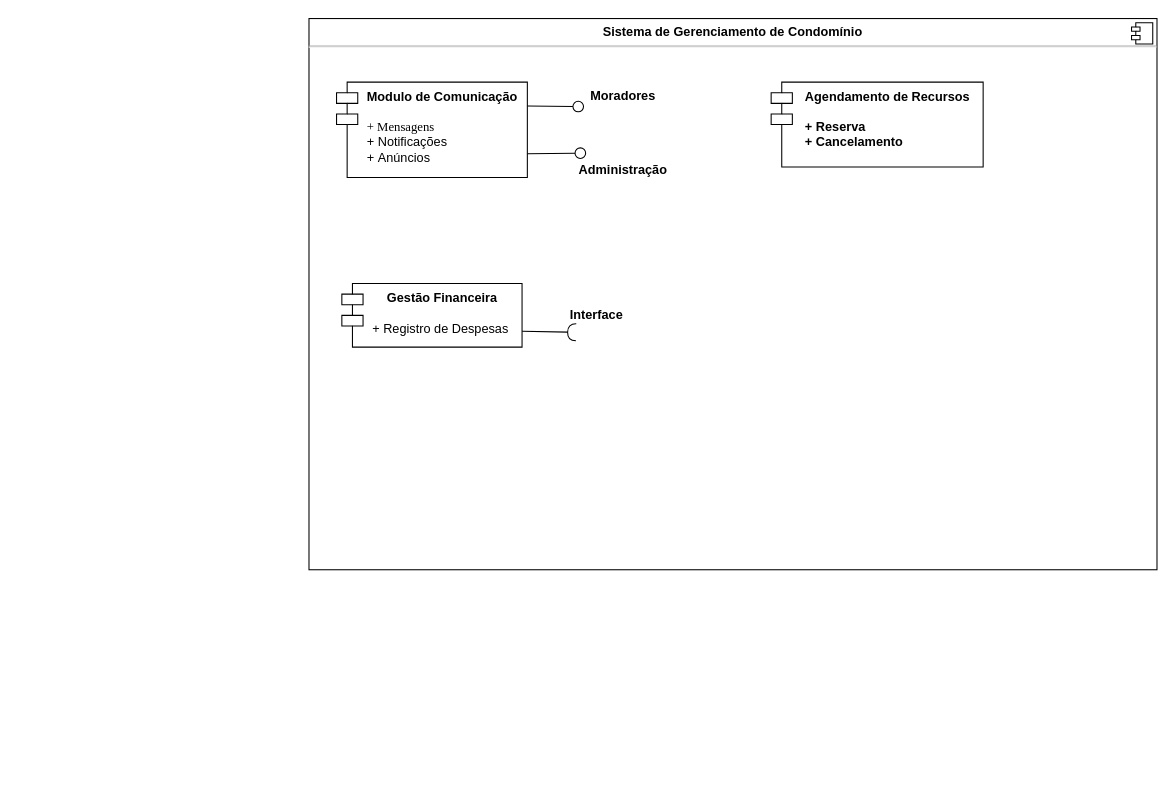
Above: Atividade_UML_Condominio/UML_Condominio.drawio in navitor/Engenharia-Software-II (draw.io), before the change. Source tidied: cells renumbered, new cells numbered last; positions are measured from the earlier drawing's top-left corner, leaving out a move shared by most shapes. Both pictures are drawn from the tidied source at 106%, with x=0, y=0 at pixel (308, 18).
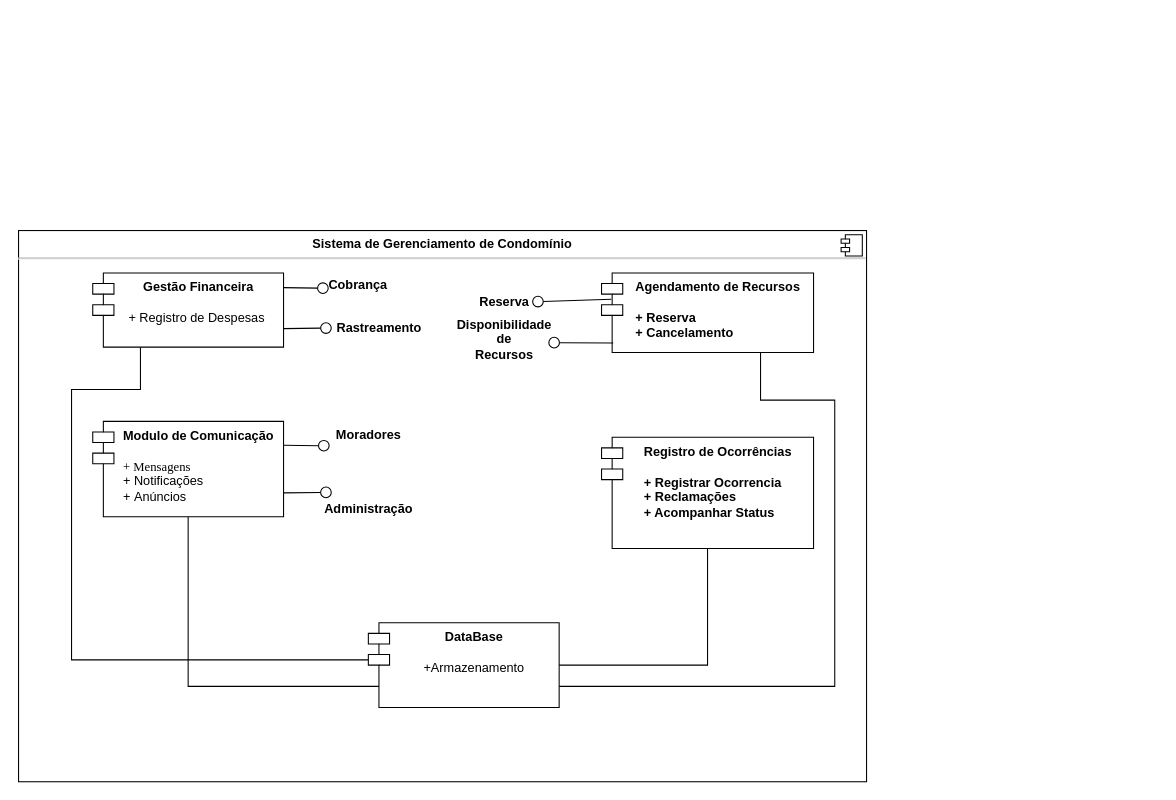
The same diagram, later.

The edit, as a diff of the source:
```diff
@@
     <mxCell id="2" value="&lt;p style=&quot;margin: 6px 0px 0px;&quot;&gt;&lt;b&gt;&lt;span style=&quot;background-color: initial;&quot;&gt;Sistema de Gerenciamento de Condomínio&lt;/span&gt;&lt;br&gt;&lt;/b&gt;&lt;/p&gt;&lt;hr&gt;&lt;p style=&quot;margin:0px;margin-left:8px;&quot;&gt;&lt;br&gt;&lt;/p&gt;" style="align=center;overflow=fill;html=1;whiteSpace=wrap;" parent="1" vertex="1">
-      <mxGeometry width="800" height="520" as="geometry" />
+      <mxGeometry x="-274" y="200" width="800" height="520" as="geometry" />
     </mxCell>
@@
     <mxCell id="4" value="&lt;b&gt;Modulo de Comunicação&lt;/b&gt;&lt;br&gt;&lt;br&gt;&lt;div style=&quot;text-align: left;&quot;&gt;&lt;span style=&quot;font-family: &amp;quot;Times New Roman&amp;quot;; background-color: initial;&quot;&gt;+ Mensagens&lt;/span&gt;&lt;/div&gt;&lt;div style=&quot;text-align: left;&quot;&gt;&lt;span style=&quot;background-color: initial;&quot;&gt;+ Notificações&lt;/span&gt;&lt;/div&gt;&lt;div style=&quot;text-align: left;&quot;&gt;&lt;span style=&quot;background-color: initial;&quot;&gt;+&amp;nbsp;&lt;/span&gt;&lt;span style=&quot;background-color: initial;&quot;&gt;Anúncios&lt;/span&gt;&lt;/div&gt;" style="shape=module;align=left;spacingLeft=20;align=center;verticalAlign=top;whiteSpace=wrap;html=1;" parent="1" vertex="1">
-      <mxGeometry x="26" y="60" width="180" height="90" as="geometry" />
+      <mxGeometry x="-204" y="380" width="180" height="90" as="geometry" />
     </mxCell>
@@
     <mxCell id="8" value="Administração" style="text;align=center;fontStyle=1;verticalAlign=middle;spacingLeft=3;spacingRight=3;strokeColor=none;points=[[0,0.5],[1,0.5]];portConstraint=eastwest;html=1;" parent="1" vertex="1">
-      <mxGeometry x="256" y="130" width="80" height="26" as="geometry" />
+      <mxGeometry x="16" y="450" width="80" height="26" as="geometry" />
     </mxCell>
     <mxCell id="9" value="Moradores" style="text;align=center;fontStyle=1;verticalAlign=middle;spacingLeft=3;spacingRight=3;strokeColor=none;points=[[0,0.5],[1,0.5]];portConstraint=eastwest;html=1;" parent="1" vertex="1">
-      <mxGeometry x="256" y="60" width="80" height="26" as="geometry" />
+      <mxGeometry x="16" y="380" width="80" height="26" as="geometry" />
     </mxCell>
     <mxCell id="10" value="&lt;b&gt;Gestão Financeira&lt;/b&gt;&lt;br&gt;&lt;div style=&quot;text-align: left;&quot;&gt;&lt;br&gt;&lt;/div&gt;&lt;div style=&quot;text-align: left;&quot;&gt;&lt;span style=&quot;background-color: initial;&quot;&gt;+ Registro de Despesas&amp;nbsp;&lt;/span&gt;&lt;/div&gt;" style="shape=module;align=left;spacingLeft=20;align=center;verticalAlign=top;whiteSpace=wrap;html=1;" parent="1" vertex="1">
-      <mxGeometry x="31" y="250" width="170" height="60" as="geometry" />
+      <mxGeometry x="-204" y="240" width="180" height="70" as="geometry" />
     </mxCell>
-    <mxCell id="11" style="rounded=0;jettySize=auto;html=1;endArrow=halfCircle;endFill=0;endSize=6;strokeWidth=1;sketch=0;exitX=1;exitY=0.75;exitDx=0;exitDy=0;entryX=0.183;entryY=1.167;entryDx=0;entryDy=0;entryPerimeter=0;" parent="1" edge="1" source="10" target="13">
-      <mxGeometry relative="1" as="geometry" />
-    </mxCell>
@@
-    <mxCell id="13" value="Interface" style="text;align=center;fontStyle=1;verticalAlign=middle;spacingLeft=3;spacingRight=3;strokeColor=none;points=[[0,0.5],[1,0.5]];portConstraint=eastwest;html=1;" parent="1" vertex="1">
-      <mxGeometry x="241" y="268" width="60" height="24" as="geometry" />
+    <mxCell id="13" value="Cobrança" style="text;align=center;fontStyle=1;verticalAlign=middle;spacingLeft=3;spacingRight=3;strokeColor=none;points=[[0,0.5],[1,0.5]];portConstraint=eastwest;html=1;" parent="1" vertex="1">
+      <mxGeometry x="16" y="240" width="60" height="24" as="geometry" />
     </mxCell>
     <mxCell id="14" value="&lt;b&gt;Agendamento de Recursos&lt;br&gt;&lt;div style=&quot;text-align: left;&quot;&gt;&lt;b style=&quot;background-color: initial;&quot;&gt;&lt;br&gt;&lt;/b&gt;&lt;/div&gt;&lt;div style=&quot;text-align: left;&quot;&gt;&lt;b style=&quot;background-color: initial;&quot;&gt;+ Reserva&lt;/b&gt;&lt;/div&gt;&lt;div style=&quot;text-align: left;&quot;&gt;&lt;b style=&quot;background-color: initial;&quot;&gt;+ Cancelamento&lt;/b&gt;&lt;/div&gt;&lt;/b&gt;" style="shape=module;align=left;spacingLeft=20;align=center;verticalAlign=top;whiteSpace=wrap;html=1;" parent="1" vertex="1">
-      <mxGeometry x="436" y="60" width="200" height="80" as="geometry" />
+      <mxGeometry x="276" y="240" width="200" height="75" as="geometry" />
     </mxCell>
+    <mxCell id="11" style="rounded=0;jettySize=auto;html=1;endArrow=oval;endFill=0;sketch=0;sourcePerimeterSpacing=0;targetPerimeterSpacing=0;endSize=10;exitX=1;exitY=0.198;exitDx=0;exitDy=0;entryX=-0.048;entryY=0.598;entryDx=0;entryDy=0;entryPerimeter=0;exitPerimeter=0;" parent="1" edge="1" source="10" target="13">
+      <mxGeometry relative="1" as="geometry" />
+    </mxCell>
+    <mxCell id="15" value="Rastreamento" style="text;align=center;fontStyle=1;verticalAlign=middle;spacingLeft=3;spacingRight=3;strokeColor=none;points=[[0,0.5],[1,0.5]];portConstraint=eastwest;html=1;" parent="1" vertex="1">
+      <mxGeometry x="16" y="280" width="100" height="24" as="geometry" />
+    </mxCell>
+    <mxCell id="16" style="rounded=0;jettySize=auto;html=1;endArrow=oval;endFill=0;sketch=0;sourcePerimeterSpacing=0;targetPerimeterSpacing=0;endSize=10;exitX=1;exitY=0.75;exitDx=0;exitDy=0;entryX=0;entryY=0.5;entryDx=0;entryDy=0;" parent="1" edge="1" source="10" target="15">
+      <mxGeometry relative="1" as="geometry" />
+    </mxCell>
+    <mxCell id="17" value="Disponibilidade &lt;br&gt;de &lt;br&gt;Recursos" style="text;align=center;fontStyle=1;verticalAlign=middle;spacingLeft=3;spacingRight=3;strokeColor=none;points=[[0,0.5],[1,0.5]];portConstraint=eastwest;html=1;" parent="1" vertex="1">
+      <mxGeometry x="136" y="291" width="95" height="24" as="geometry" />
+    </mxCell>
+    <mxCell id="18" style="rounded=0;jettySize=auto;html=1;endArrow=oval;endFill=0;sketch=0;sourcePerimeterSpacing=0;targetPerimeterSpacing=0;endSize=10;exitX=0.055;exitY=0.88;exitDx=0;exitDy=0;entryX=1.003;entryY=0.614;entryDx=0;entryDy=0;entryPerimeter=0;exitPerimeter=0;" parent="1" edge="1" source="14" target="17">
+      <mxGeometry relative="1" as="geometry" />
+    </mxCell>
+    <mxCell id="19" value="Reserva" style="text;align=center;fontStyle=1;verticalAlign=middle;spacingLeft=3;spacingRight=3;strokeColor=none;points=[[0,0.5],[1,0.5]];portConstraint=eastwest;html=1;" parent="1" vertex="1">
+      <mxGeometry x="151" y="256" width="65" height="24" as="geometry" />
+    </mxCell>
+    <mxCell id="20" style="rounded=0;jettySize=auto;html=1;endArrow=oval;endFill=0;sketch=0;sourcePerimeterSpacing=0;targetPerimeterSpacing=0;endSize=10;exitX=0.046;exitY=0.332;exitDx=0;exitDy=0;exitPerimeter=0;" parent="1" edge="1" source="14" target="19">
+      <mxGeometry relative="1" as="geometry" />
+    </mxCell>
+    <mxCell id="21" value="&lt;b&gt;Registro de Ocorrências&lt;/b&gt;&lt;br&gt;&lt;br&gt;&lt;div style=&quot;font-weight: bold; text-align: left;&quot;&gt;&lt;b style=&quot;background-color: initial;&quot;&gt;+ Registrar Ocorrencia&lt;/b&gt;&lt;/div&gt;&lt;div style=&quot;font-weight: bold; text-align: left;&quot;&gt;&lt;b style=&quot;background-color: initial;&quot;&gt;+ Reclamações&lt;br&gt;+ Acompanhar Status&lt;/b&gt;&lt;/div&gt;&lt;div style=&quot;font-weight: bold; text-align: left;&quot;&gt;&lt;b style=&quot;background-color: initial;&quot;&gt;&lt;br&gt;&lt;/b&gt;&lt;/div&gt;" style="shape=module;align=left;spacingLeft=20;align=center;verticalAlign=top;whiteSpace=wrap;html=1;" parent="1" vertex="1">
+      <mxGeometry x="276" y="395" width="200" height="105" as="geometry" />
+    </mxCell>
+    <mxCell id="22" value="&lt;b&gt;DataBase&lt;/b&gt;&lt;br&gt;&lt;br&gt;+Armazenamento" style="shape=module;align=left;spacingLeft=20;align=center;verticalAlign=top;whiteSpace=wrap;html=1;" parent="1" vertex="1">
+      <mxGeometry x="56" y="570" width="180" height="80" as="geometry" />
+    </mxCell>
+    <mxCell id="23" style="endArrow=none;html=1;rounded=0;entryX=0;entryY=0.75;entryDx=10;entryDy=0;entryPerimeter=0;exitX=0.5;exitY=1;exitDx=0;exitDy=0;" parent="1" edge="1" source="4" target="22">
+      <mxGeometry relative="1" as="geometry">
+        <Array as="points">
+          <mxPoint x="-114" y="630" />
+        </Array>
+      </mxGeometry>
+    </mxCell>
+    <mxCell id="24" style="endArrow=none;html=1;rounded=0;exitX=0;exitY=0;exitDx=0;exitDy=35;exitPerimeter=0;entryX=0.25;entryY=1;entryDx=0;entryDy=0;" parent="1" edge="1" source="22" target="10">
+      <mxGeometry relative="1" as="geometry">
+        <Array as="points">
+          <mxPoint x="-224" y="605" />
+          <mxPoint x="-224" y="350" />
+          <mxPoint x="-159" y="350" />
+        </Array>
+      </mxGeometry>
+    </mxCell>
+    <mxCell id="25" style="endArrow=none;html=1;rounded=0;entryX=0.75;entryY=1;entryDx=0;entryDy=0;exitX=1;exitY=0.75;exitDx=0;exitDy=0;" parent="1" edge="1" source="22" target="14">
+      <mxGeometry relative="1" as="geometry">
+        <Array as="points">
+          <mxPoint x="496" y="630" />
+          <mxPoint x="496" y="480" />
+          <mxPoint x="496" y="360" />
+          <mxPoint x="456" y="360" />
+          <mxPoint x="426" y="360" />
+        </Array>
+      </mxGeometry>
+    </mxCell>
+    <mxCell id="26" style="endArrow=none;html=1;rounded=0;exitX=1;exitY=0.5;exitDx=0;exitDy=0;entryX=0.5;entryY=1;entryDx=0;entryDy=0;" parent="1" edge="1" source="22" target="21">
+      <mxGeometry relative="1" as="geometry">
+        <Array as="points">
+          <mxPoint x="376" y="610" />
+        </Array>
+      </mxGeometry>
+    </mxCell>
```
